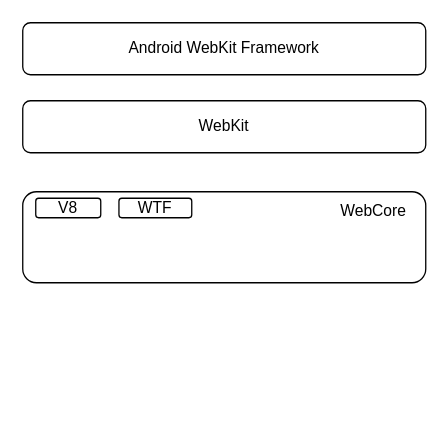
This is Untitled Diagram.drawio from yudesong/AnimationExample, a draw.io file, before an edit. Source tidied: cells renumbered, new cells numbered last; positions are measured from the earlier drawing's top-left corner, leaving out a move shared by most shapes. Both pictures are drawn from the tidied source at 130%, with x=0, y=0 at pixel (22, 22).
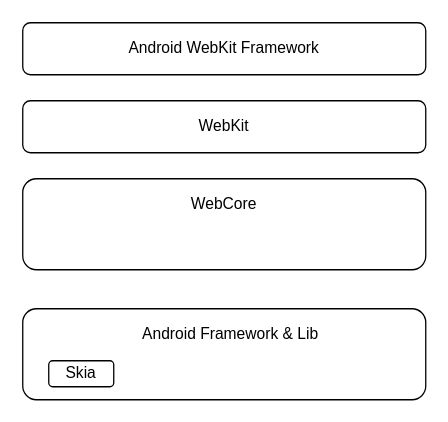
The same diagram, later.

Change to the diagram source:
```diff
@@
 <mxGraphModel>
   <root>
     <mxCell id="0" />
     <mxCell id="1" parent="0" />
     <mxCell id="2" value="Android WebKit Framework" style="rounded=1;whiteSpace=wrap;html=1;" parent="1" vertex="1">
       <mxGeometry width="310" height="40" as="geometry" />
     </mxCell>
     <mxCell id="3" value="WebKit" style="rounded=1;whiteSpace=wrap;html=1;" parent="1" vertex="1">
       <mxGeometry y="60" width="310" height="40" as="geometry" />
     </mxCell>
     <mxCell id="4" style="rounded=1;whiteSpace=wrap;html=1;" parent="1" vertex="1">
-      <mxGeometry y="130" width="310" height="70" as="geometry" />
+      <mxGeometry y="220" width="310" height="70" as="geometry" />
     </mxCell>
-    <mxCell id="5" value="WTF" style="rounded=1;whiteSpace=wrap;html=1;" parent="1" vertex="1">
-      <mxGeometry x="74" y="135" width="56" height="15" as="geometry" />
-    </mxCell>
-    <mxCell id="6" value="V8" style="rounded=1;whiteSpace=wrap;html=1;" parent="1" vertex="1">
-      <mxGeometry x="10" y="135" width="50" height="15" as="geometry" />
-    </mxCell>
+    <mxCell id="8" value="Android Framework &amp;amp; Lib" style="text;html=1;strokeColor=none;fillColor=none;align=center;verticalAlign=middle;whiteSpace=wrap;rounded=0;" parent="1" vertex="1">
+      <mxGeometry x="90" y="230" width="140" height="20" as="geometry" />
+    </mxCell>
+    <mxCell id="9" style="rounded=1;whiteSpace=wrap;html=1;" parent="1" vertex="1">
+      <mxGeometry y="120" width="310" height="70" as="geometry" />
+    </mxCell>
     <mxCell id="7" value="WebCore" style="text;html=1;strokeColor=none;fillColor=none;align=center;verticalAlign=middle;whiteSpace=wrap;rounded=0;" parent="1" vertex="1">
-      <mxGeometry x="250" y="135" width="40" height="20" as="geometry" />
+      <mxGeometry x="85" y="130" width="140" height="20" as="geometry" />
     </mxCell>
+    <mxCell id="10" value="Skia" style="rounded=1;whiteSpace=wrap;html=1;" parent="1" vertex="1">
+      <mxGeometry x="20" y="260" width="50" height="20" as="geometry" />
+    </mxCell>
   </root>
 </mxGraphModel>
```
